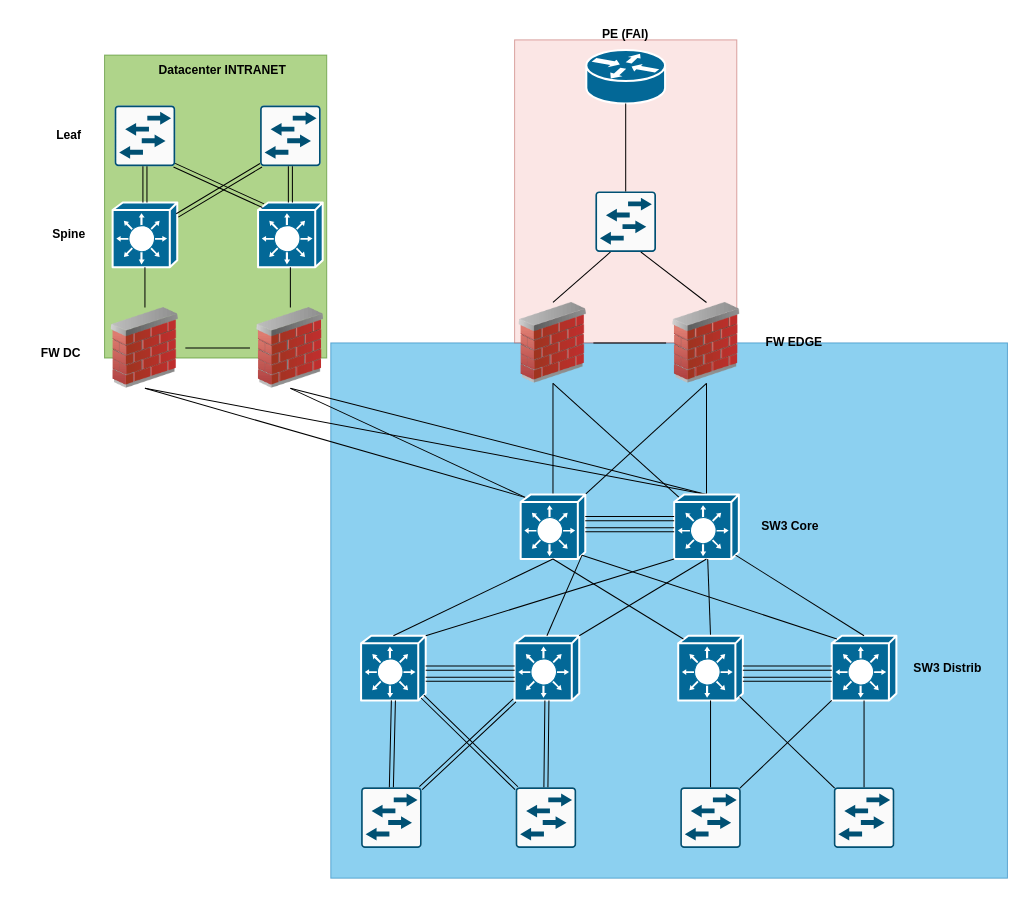
Earlier version of the draw.io diagram page "Cas simple" (2 of 3) of ARCHI.drawio (egoMasa/HomeLab). Source tidied: cells renumbered, new cells numbered last; positions are measured from the earlier drawing's top-left corner, leaving out a move shared by most shapes. Both pictures are drawn from the tidied source at 101%, with x=0, y=0 at pixel (17, 19).
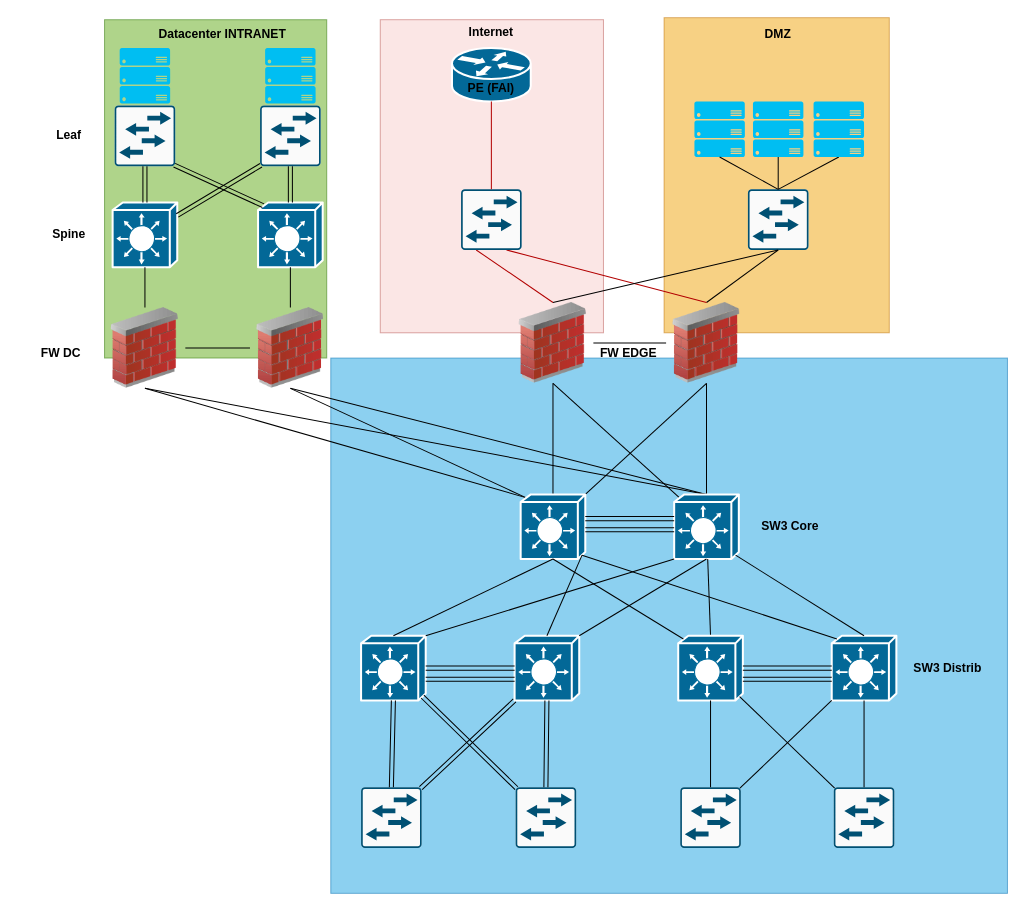
Above is the later version.

Commit message (it also covers changes not shown here):
Mettre à jour ARCHI.drawio

The change refers to these unchanged cells:
```xml
<mxCell id="5" style="image;html=1;image=img/lib/clip_art/networking/Firewall_02_128x128.png;" parent="1" vertex="1">
  <mxGeometry x="490" y="280" width="80" height="80" as="geometry" />
</mxCell>
<mxCell id="20" style="image;html=1;image=img/lib/clip_art/networking/Firewall_02_128x128.png;" parent="1" vertex="1">
  <mxGeometry x="642" y="280" width="80" height="80" as="geometry" />
</mxCell>
```

The edit, as a diff of the source:
```diff
@@
+    <mxCell id="74" style="whiteSpace=wrap;html=1;fillColor=#f0a30a;strokeColor=#BD7000;opacity=50;fontColor=#000000;" parent="1" vertex="1">
+      <mxGeometry x="640" y="-2" width="223" height="312" as="geometry" />
+    </mxCell>
     <mxCell id="2" style="whiteSpace=wrap;html=1;fillColor=#1ba1e2;strokeColor=#006EAF;opacity=50;fontColor=#ffffff;" parent="1" vertex="1">
-      <mxGeometry x="310" y="320" width="670" height="530" as="geometry" />
+      <mxGeometry x="310" y="335" width="670" height="530" as="geometry" />
     </mxCell>
     <mxCell id="3" style="whiteSpace=wrap;html=1;fillColor=#60a917;strokeColor=#2D7600;opacity=50;fontColor=#ffffff;" parent="1" vertex="1">
-      <mxGeometry x="86" y="35" width="220" height="300" as="geometry" />
+      <mxGeometry x="86" width="220" height="335" as="geometry" />
     </mxCell>
     <mxCell id="4" style="whiteSpace=wrap;html=1;fillColor=#f8cecc;strokeColor=#b85450;opacity=50;" parent="1" vertex="1">
-      <mxGeometry x="492" y="20" width="220" height="300" as="geometry" />
+      <mxGeometry x="359" width="221" height="310" as="geometry" />
     </mxCell>
@@
     <mxCell id="6" style="shape=mxgraph.cisco.routers.router;sketch=0;html=1;dashed=0;fillColor=#036897;strokeColor=#ffffff;strokeWidth=2;verticalLabelPosition=bottom;verticalAlign=top;align=center;outlineConnect=0;" parent="1" vertex="1">
-      <mxGeometry x="563" y="30" width="78" height="53" as="geometry" />
+      <mxGeometry x="430" y="28" width="78" height="53" as="geometry" />
     </mxCell>
@@
+    <mxCell id="75" style="rounded=0;jettySize=auto;html=1;exitX=0.5;exitY=0;exitDx=0;exitDy=0;endArrow=none;endFill=0;entryX=0.5;entryY=1;entryDx=0;entryDy=0;entryPerimeter=0;" parent="1" edge="1" source="20" target="77">
+      <mxGeometry relative="1" as="geometry" />
+    </mxCell>
@@
     <mxCell id="21" value="PE (FAI)" style="text;strokeColor=none;align=center;fillColor=none;html=1;verticalAlign=middle;whiteSpace=wrap;rounded=0;fontStyle=1;" parent="1" vertex="1">
-      <mxGeometry x="572" width="60" height="30" as="geometry" />
+      <mxGeometry x="439" y="53" width="60" height="30" as="geometry" />
     </mxCell>
@@
-    <mxCell id="26" style="rounded=0;jettySize=auto;html=1;exitX=0.25;exitY=1;exitDx=0;exitDy=0;exitPerimeter=0;entryX=0.5;entryY=0;entryDx=0;entryDy=0;endArrow=none;endFill=0;" parent="1" edge="1" source="28" target="5">
+    <mxCell id="26" style="rounded=0;jettySize=auto;html=1;exitX=0.25;exitY=1;exitDx=0;exitDy=0;exitPerimeter=0;entryX=0.5;entryY=0;entryDx=0;entryDy=0;endArrow=none;endFill=0;fillColor=#e51400;strokeColor=#B20000;" parent="1" edge="1" source="28" target="5">
       <mxGeometry relative="1" as="geometry" />
     </mxCell>
-    <mxCell id="27" style="rounded=0;jettySize=auto;html=1;exitX=0.75;exitY=1;exitDx=0;exitDy=0;exitPerimeter=0;entryX=0.5;entryY=0;entryDx=0;entryDy=0;endArrow=none;endFill=0;" parent="1" edge="1" source="28" target="20">
+    <mxCell id="27" style="rounded=0;jettySize=auto;html=1;exitX=0.75;exitY=1;exitDx=0;exitDy=0;exitPerimeter=0;entryX=0.5;entryY=0;entryDx=0;entryDy=0;endArrow=none;endFill=0;fillColor=#e51400;strokeColor=#B20000;" parent="1" edge="1" source="28" target="20">
       <mxGeometry relative="1" as="geometry" />
     </mxCell>
     <mxCell id="28" style="sketch=0;points=[[0.015,0.015,0],[0.985,0.015,0],[0.985,0.985,0],[0.015,0.985,0],[0.25,0,0],[0.5,0,0],[0.75,0,0],[1,0.25,0],[1,0.5,0],[1,0.75,0],[0.75,1,0],[0.5,1,0],[0.25,1,0],[0,0.75,0],[0,0.5,0],[0,0.25,0]];verticalLabelPosition=bottom;html=1;verticalAlign=top;align=center;shape=mxgraph.cisco19.rect;prIcon=l2_switch;fillColor=#FAFAFA;strokeColor=#005073;" parent="1" vertex="1">
-      <mxGeometry x="572" y="170" width="60" height="60" as="geometry" />
+      <mxGeometry x="439" y="168" width="60" height="60" as="geometry" />
     </mxCell>
@@
     <mxCell id="40" value="FW EDGE" style="text;strokeColor=none;align=center;fillColor=none;html=1;verticalAlign=middle;whiteSpace=wrap;rounded=0;fontStyle=1;" parent="1" vertex="1">
-      <mxGeometry x="726" y="305" width="86" height="30" as="geometry" />
+      <mxGeometry x="562" y="315" width="86" height="30" as="geometry" />
     </mxCell>
@@
     <mxCell id="49" value="Datacenter INTRANET" style="text;strokeColor=none;align=center;fillColor=none;html=1;verticalAlign=middle;whiteSpace=wrap;rounded=0;fontStyle=1;" parent="1" vertex="1">
-      <mxGeometry x="133" y="35" width="140" height="30" as="geometry" />
+      <mxGeometry x="133" width="140" height="30" as="geometry" />
     </mxCell>
@@
-    <mxCell id="57" style="rounded=0;jettySize=auto;html=1;exitX=0.5;exitY=1;exitDx=0;exitDy=0;exitPerimeter=0;entryX=0.5;entryY=0;entryDx=0;entryDy=0;entryPerimeter=0;endArrow=none;endFill=0;" parent="1" edge="1" source="6" target="28">
+    <mxCell id="57" style="rounded=0;jettySize=auto;html=1;exitX=0.5;exitY=1;exitDx=0;exitDy=0;exitPerimeter=0;entryX=0.5;entryY=0;entryDx=0;entryDy=0;entryPerimeter=0;endArrow=none;endFill=0;fillColor=#e51400;strokeColor=#B20000;" parent="1" edge="1" source="6" target="28">
       <mxGeometry relative="1" as="geometry" />
     </mxCell>
@@
+    <mxCell id="76" style="rounded=0;jettySize=auto;html=1;endArrow=none;endFill=0;" parent="1" edge="1" source="77" target="83">
+      <mxGeometry relative="1" as="geometry" />
+    </mxCell>
+    <mxCell id="77" style="sketch=0;points=[[0.015,0.015,0],[0.985,0.015,0],[0.985,0.985,0],[0.015,0.985,0],[0.25,0,0],[0.5,0,0],[0.75,0,0],[1,0.25,0],[1,0.5,0],[1,0.75,0],[0.75,1,0],[0.5,1,0],[0.25,1,0],[0,0.75,0],[0,0.5,0],[0,0.25,0]];verticalLabelPosition=bottom;html=1;verticalAlign=top;align=center;shape=mxgraph.cisco19.rect;prIcon=l2_switch;fillColor=#FAFAFA;strokeColor=#005073;" parent="1" vertex="1">
+      <mxGeometry x="723" y="168" width="60" height="60" as="geometry" />
+    </mxCell>
+    <mxCell id="78" style="verticalLabelPosition=bottom;html=1;verticalAlign=top;align=center;strokeColor=none;fillColor=#00BEF2;shape=mxgraph.azure.server_rack;" parent="1" vertex="1">
+      <mxGeometry x="245" y="28" width="50" height="55" as="geometry" />
+    </mxCell>
+    <mxCell id="79" style="verticalLabelPosition=bottom;html=1;verticalAlign=top;align=center;strokeColor=none;fillColor=#00BEF2;shape=mxgraph.azure.server_rack;" parent="1" vertex="1">
+      <mxGeometry x="101" y="28" width="50" height="55" as="geometry" />
+    </mxCell>
+    <mxCell id="80" style="verticalLabelPosition=bottom;html=1;verticalAlign=top;align=center;strokeColor=none;fillColor=#00BEF2;shape=mxgraph.azure.server_rack;" parent="1" vertex="1">
+      <mxGeometry x="670" y="81" width="50" height="55" as="geometry" />
+    </mxCell>
+    <mxCell id="81" style="rounded=0;jettySize=auto;html=1;exitX=0.5;exitY=1;exitDx=0;exitDy=0;exitPerimeter=0;entryX=0.5;entryY=0;entryDx=0;entryDy=0;entryPerimeter=0;endArrow=none;endFill=0;" parent="1" edge="1" source="82" target="77">
+      <mxGeometry relative="1" as="geometry" />
+    </mxCell>
+    <mxCell id="82" style="verticalLabelPosition=bottom;html=1;verticalAlign=top;align=center;strokeColor=none;fillColor=#00BEF2;shape=mxgraph.azure.server_rack;" parent="1" vertex="1">
+      <mxGeometry x="788" y="81" width="50" height="55" as="geometry" />
+    </mxCell>
+    <mxCell id="83" style="verticalLabelPosition=bottom;html=1;verticalAlign=top;align=center;strokeColor=none;fillColor=#00BEF2;shape=mxgraph.azure.server_rack;" parent="1" vertex="1">
+      <mxGeometry x="728" y="81" width="50" height="55" as="geometry" />
+    </mxCell>
+    <mxCell id="84" style="rounded=0;jettySize=auto;html=1;exitX=0.5;exitY=0;exitDx=0;exitDy=0;entryX=0.5;entryY=1;entryDx=0;entryDy=0;entryPerimeter=0;endArrow=none;endFill=0;" parent="1" edge="1" source="5" target="77">
+      <mxGeometry relative="1" as="geometry" />
+    </mxCell>
+    <mxCell id="85" value="DMZ" style="text;strokeColor=none;align=center;fillColor=none;html=1;verticalAlign=middle;whiteSpace=wrap;rounded=0;fontStyle=1;" parent="1" vertex="1">
+      <mxGeometry x="683" width="140" height="30" as="geometry" />
+    </mxCell>
+    <mxCell id="86" value="Internet" style="text;strokeColor=none;align=center;fillColor=none;html=1;verticalAlign=middle;whiteSpace=wrap;rounded=0;fontStyle=1;" parent="1" vertex="1">
+      <mxGeometry x="439" y="-2" width="60" height="30" as="geometry" />
+    </mxCell>
+    <mxCell id="87" style="rounded=0;jettySize=auto;html=1;exitX=0.5;exitY=1;exitDx=0;exitDy=0;exitPerimeter=0;entryX=0.5;entryY=0;entryDx=0;entryDy=0;entryPerimeter=0;endArrow=none;endFill=0;" parent="1" edge="1" source="80" target="77">
+      <mxGeometry relative="1" as="geometry" />
+    </mxCell>
```
